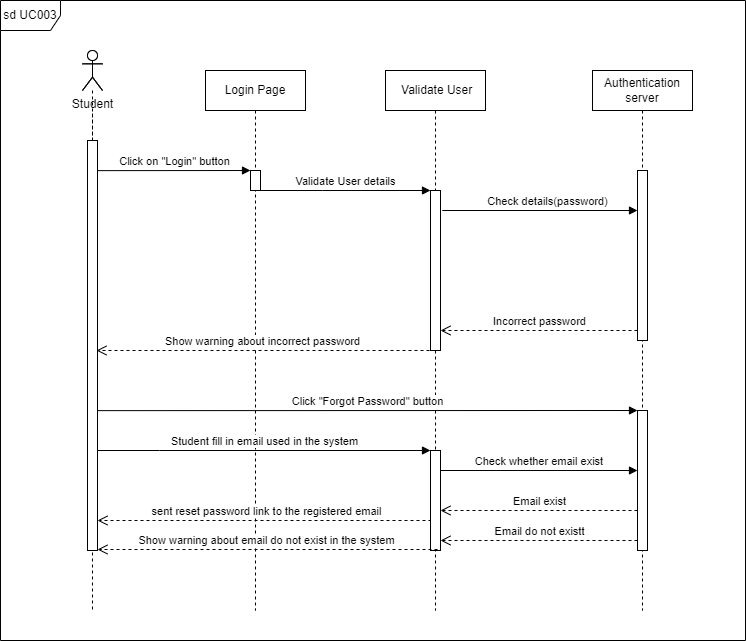
Above: project/drawio/Alpha/SDForgotPassword.drawio.png in drshahizan/software-engineering (draw.io), before the change. Source tidied: cells renumbered, new cells last; positions are measured from the earlier drawing's top-left corner, leaving out a move shared by most shapes.
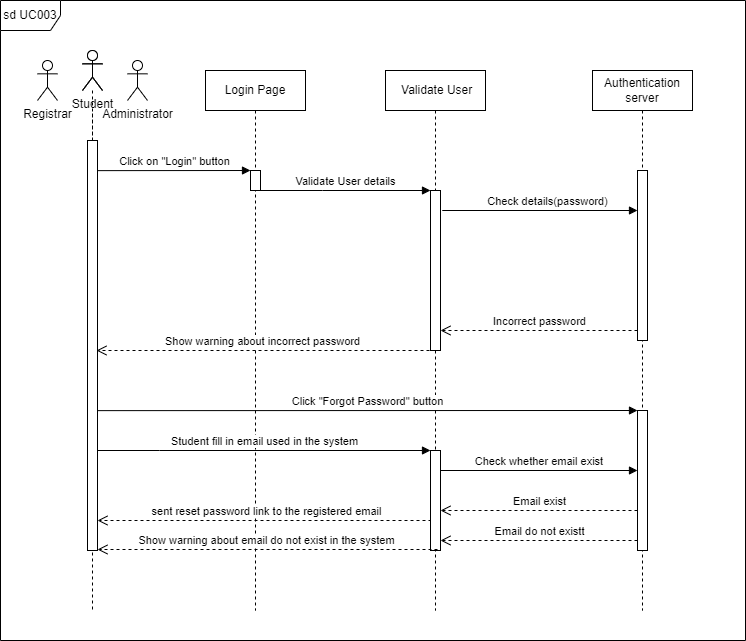
After the commit.

What changed in the source:
```diff
@@ -162,5 +162,11 @@
         </Array>
       </mxGeometry>
     </mxCell>
+    <mxCell id="27" value="Administrator" style="shape=umlActor;verticalLabelPosition=bottom;verticalAlign=top;html=1;" parent="1" vertex="1">
+      <mxGeometry x="127" y="60" width="20" height="40" as="geometry" />
+    </mxCell>
+    <mxCell id="28" value="Registrar" style="shape=umlActor;verticalLabelPosition=bottom;verticalAlign=top;html=1;" parent="1" vertex="1">
+      <mxGeometry x="37" y="60" width="20" height="40" as="geometry" />
+    </mxCell>
   </root>
 </mxGraphModel>
```
